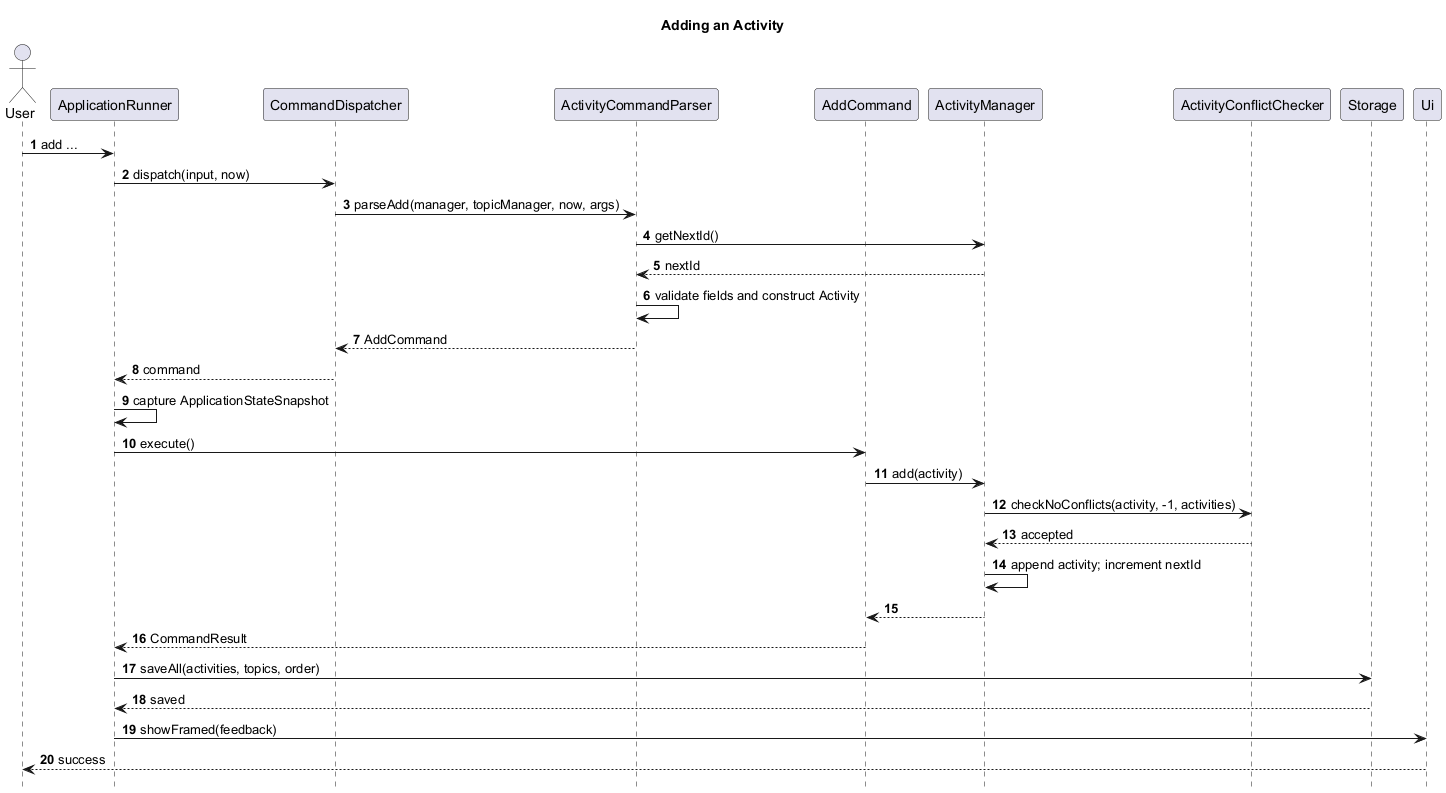
lukelouyu/SelfTeamProject keeps this PlantUML diagram as docs/diagrams/sequence/AddActivitySequence.png. Above is the earlier version.
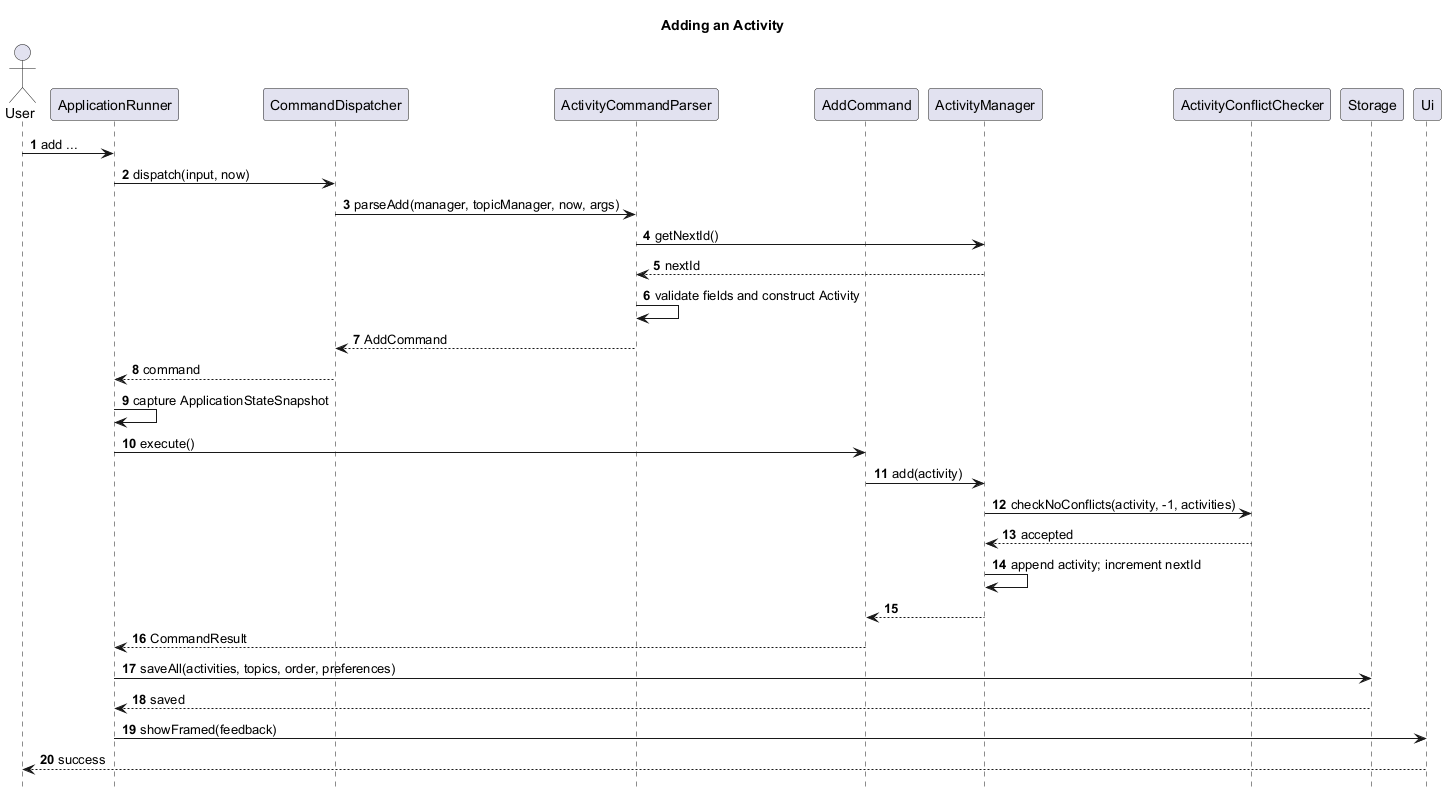
After the commit.

The edit, as a diff of the source:
```diff
@@ -31,7 +31,7 @@
 Manager -> Manager : append activity; increment nextId
 Manager --> Command
 Command --> Runner : CommandResult
-Runner -> Storage : saveAll(activities, topics, order)
+Runner -> Storage : saveAll(activities, topics, order, preferences)
 Storage --> Runner : saved
 Runner -> Ui : showFramed(feedback)
 Ui --> User : success
```
